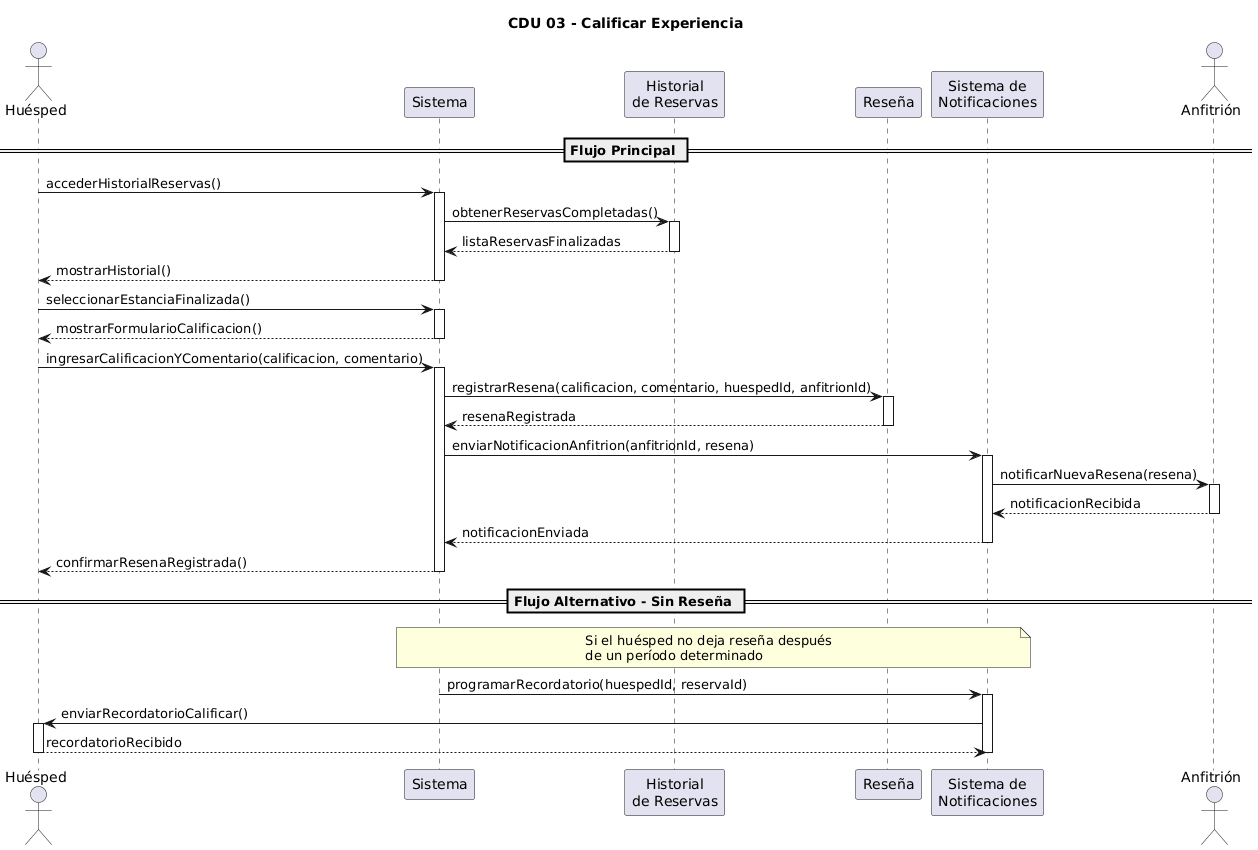
Above: CDU-03 Sequence Diagram.png in Winareku/Tarea01-SOLID_UML (PlantUML), before the change. The source it was exported from:
```plantuml
@startuml
title CDU 03 - Calificar Experiencia

actor "Huésped" as Huesped
participant "Sistema" as Sistema
participant "Historial\nde Reservas" as Historial
participant "Reseña" as Resena
participant "Sistema de\nNotificaciones" as SistemaNotif
actor "Anfitrión" as Anfitrion

== Flujo Principal ==
Huesped -> Sistema: accederHistorialReservas()
activate Sistema
Sistema -> Historial: obtenerReservasCompletadas()
activate Historial
Historial --> Sistema: listaReservasFinalizadas
deactivate Historial
Sistema --> Huesped: mostrarHistorial()
deactivate Sistema

Huesped -> Sistema: seleccionarEstanciaFinalizada()
activate Sistema
Sistema --> Huesped: mostrarFormularioCalificacion()
deactivate Sistema

Huesped -> Sistema: ingresarCalificacionYComentario(calificacion, comentario)
activate Sistema
Sistema -> Resena: registrarResena(calificacion, comentario, huespedId, anfitrionId)
activate Resena
Resena --> Sistema: resenaRegistrada
deactivate Resena

Sistema -> SistemaNotif: enviarNotificacionAnfitrion(anfitrionId, resena)
activate SistemaNotif
SistemaNotif -> Anfitrion: notificarNuevaResena(resena)
activate Anfitrion
Anfitrion --> SistemaNotif: notificacionRecibida
deactivate Anfitrion
SistemaNotif --> Sistema: notificacionEnviada
deactivate SistemaNotif

Sistema --> Huesped: confirmarResenaRegistrada()
deactivate Sistema

== Flujo Alternativo - Sin Reseña ==
note over Sistema, SistemaNotif
  Si el huésped no deja reseña después
  de un período determinado
end note

Sistema -> SistemaNotif: programarRecordatorio(huespedId, reservaId)
activate SistemaNotif
SistemaNotif -> Huesped: enviarRecordatorioCalificar()
activate Huesped
Huesped --> SistemaNotif: recordatorioRecibido
deactivate Huesped
deactivate SistemaNotif
@enduml
```
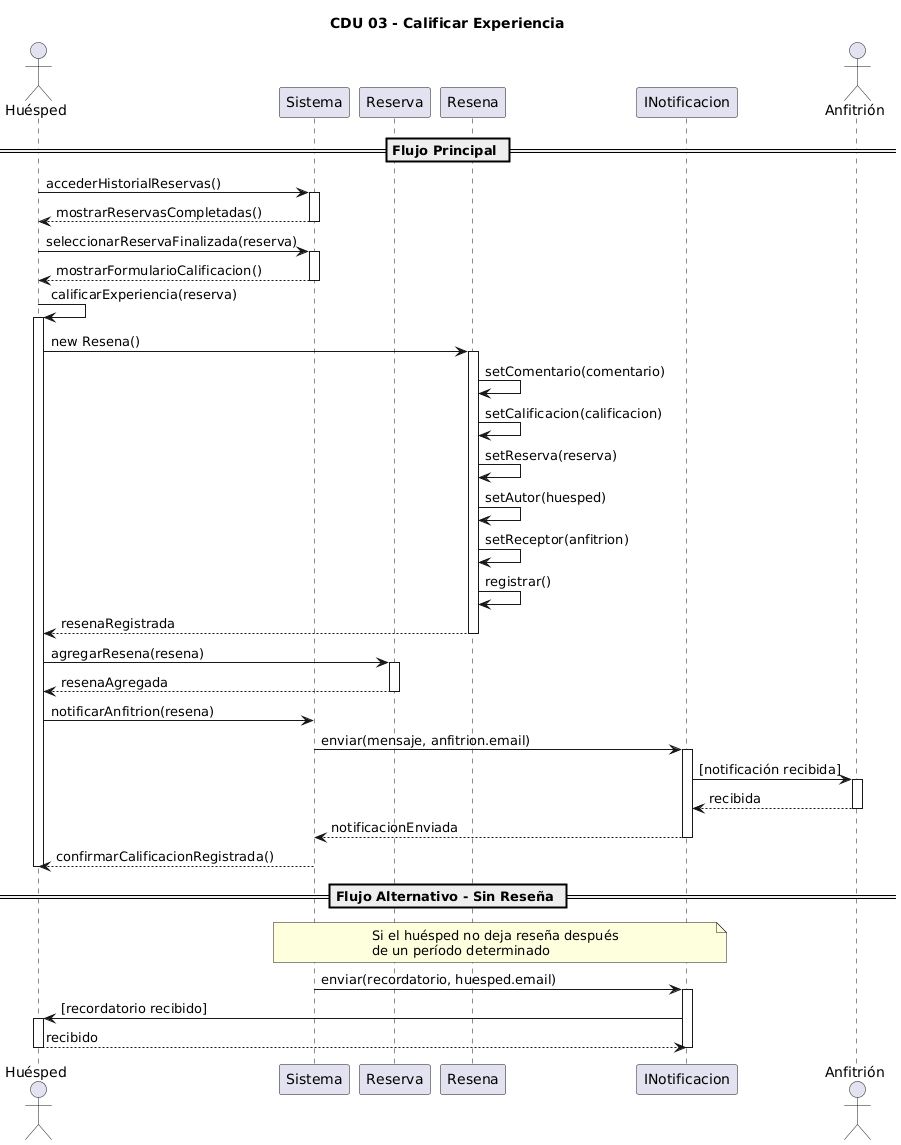
Later version of the same file.

Commit message:
Corrección de Diagramas: CDU-03 & CDU-04

Diff of the diagram source:
```diff
@@ -3,56 +3,64 @@
 
 actor "Huésped" as Huesped
 participant "Sistema" as Sistema
-participant "Historial\nde Reservas" as Historial
-participant "Reseña" as Resena
-participant "Sistema de\nNotificaciones" as SistemaNotif
+participant "Reserva" as Reserva
+participant "Resena" as Resena
+participant "INotificacion" as INotificacion
 actor "Anfitrión" as Anfitrion
 
 == Flujo Principal ==
 Huesped -> Sistema: accederHistorialReservas()
 activate Sistema
-Sistema -> Historial: obtenerReservasCompletadas()
-activate Historial
-Historial --> Sistema: listaReservasFinalizadas
-deactivate Historial
-Sistema --> Huesped: mostrarHistorial()
+Sistema --> Huesped: mostrarReservasCompletadas()
 deactivate Sistema
 
-Huesped -> Sistema: seleccionarEstanciaFinalizada()
+Huesped -> Sistema: seleccionarReservaFinalizada(reserva)
 activate Sistema
 Sistema --> Huesped: mostrarFormularioCalificacion()
 deactivate Sistema
 
-Huesped -> Sistema: ingresarCalificacionYComentario(calificacion, comentario)
-activate Sistema
-Sistema -> Resena: registrarResena(calificacion, comentario, huespedId, anfitrionId)
+Huesped -> Huesped: calificarExperiencia(reserva)
+activate Huesped
+Huesped -> Resena: new Resena()
 activate Resena
-Resena --> Sistema: resenaRegistrada
+Resena -> Resena: setComentario(comentario)
+Resena -> Resena: setCalificacion(calificacion)
+Resena -> Resena: setReserva(reserva)
+Resena -> Resena: setAutor(huesped)
+Resena -> Resena: setReceptor(anfitrion)
+Resena -> Resena: registrar()
+Resena --> Huesped: resenaRegistrada
 deactivate Resena
 
-Sistema -> SistemaNotif: enviarNotificacionAnfitrion(anfitrionId, resena)
-activate SistemaNotif
-SistemaNotif -> Anfitrion: notificarNuevaResena(resena)
+Huesped -> Reserva: agregarResena(resena)
+activate Reserva
+Reserva --> Huesped: resenaAgregada
+deactivate Reserva
+
+Huesped -> Sistema: notificarAnfitrion(resena)
+Sistema -> INotificacion: enviar(mensaje, anfitrion.email)
+activate INotificacion
+INotificacion -> Anfitrion: [notificación recibida]
 activate Anfitrion
-Anfitrion --> SistemaNotif: notificacionRecibida
+Anfitrion --> INotificacion: recibida
 deactivate Anfitrion
-SistemaNotif --> Sistema: notificacionEnviada
-deactivate SistemaNotif
+INotificacion --> Sistema: notificacionEnviada
+deactivate INotificacion
 
-Sistema --> Huesped: confirmarResenaRegistrada()
-deactivate Sistema
+Sistema --> Huesped: confirmarCalificacionRegistrada()
+deactivate Huesped
 
 == Flujo Alternativo - Sin Reseña ==
-note over Sistema, SistemaNotif
+note over Sistema, INotificacion
   Si el huésped no deja reseña después
   de un período determinado
 end note
 
-Sistema -> SistemaNotif: programarRecordatorio(huespedId, reservaId)
-activate SistemaNotif
-SistemaNotif -> Huesped: enviarRecordatorioCalificar()
+Sistema -> INotificacion: enviar(recordatorio, huesped.email)
+activate INotificacion
+INotificacion -> Huesped: [recordatorio recibido]
 activate Huesped
-Huesped --> SistemaNotif: recordatorioRecibido
+Huesped --> INotificacion: recibido
 deactivate Huesped
-deactivate SistemaNotif
+deactivate INotificacion
 @enduml
```
